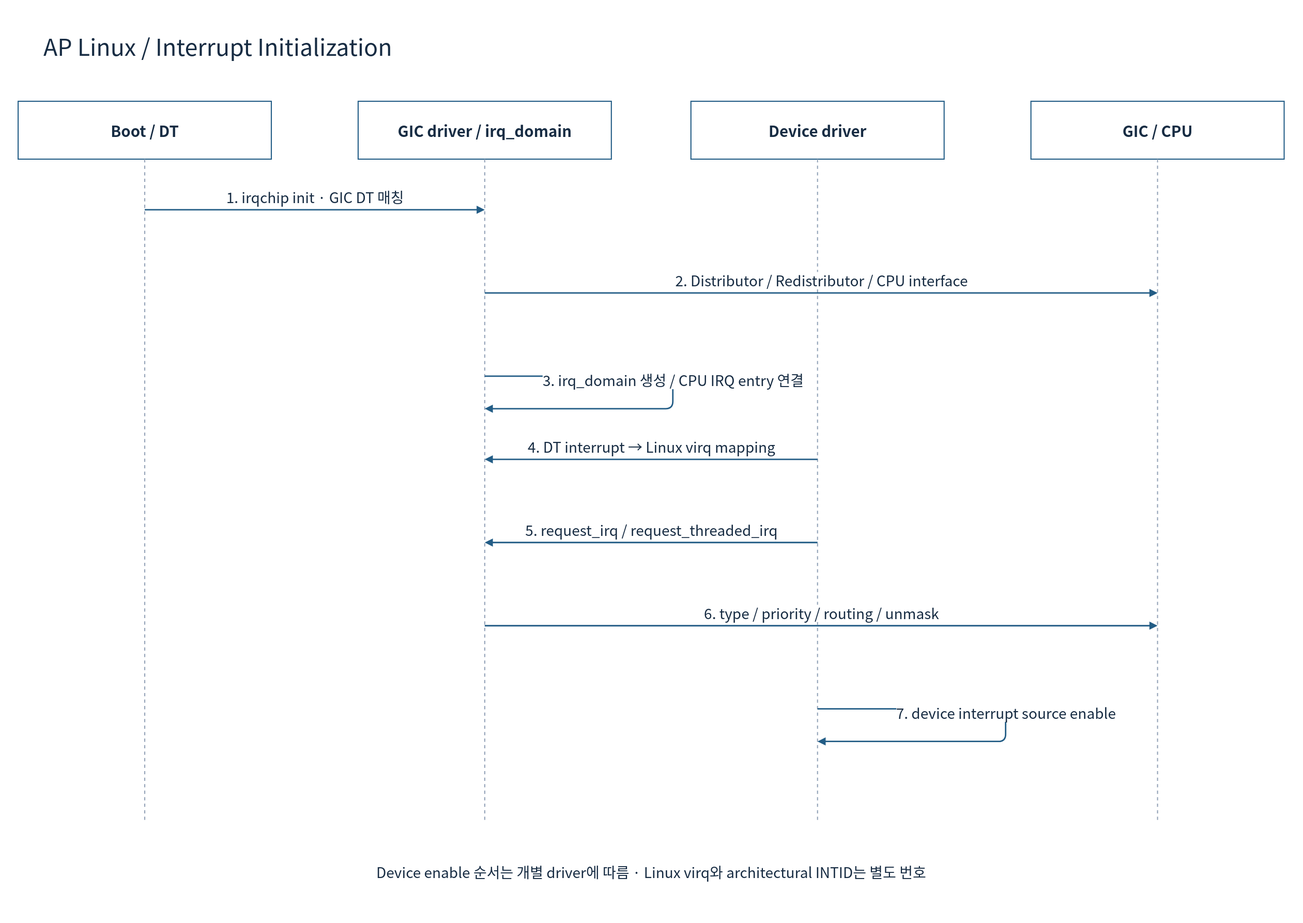
cometzero/project-apollo keeps this draw.io diagram as doc/phase1/interrupt/diagrams/09a-linux-init.drawio.svg. Above is the earlier version. Source tidied: cells renumbered, new cells last; positions are measured from the earlier drawing's top-left corner, leaving out a move shared by most shapes.
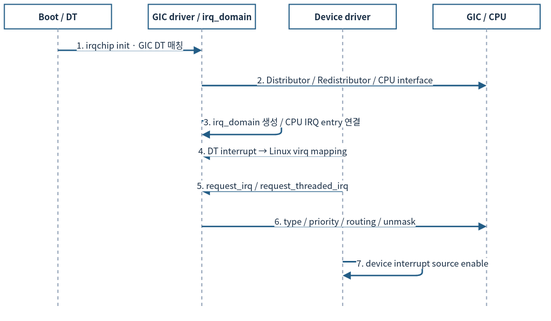
After the change.

The edit, as a diff of the source:
```diff
@@ -2,107 +2,98 @@
   <root>
     <mxCell id="0" />
     <mxCell id="1" parent="0" />
-    <mxCell id="2" style="rounded=0;whiteSpace=wrap;html=1;fillColor=#FFFFFF;strokeColor=none;strokeWidth=1.5;fontColor=#172C43;fontFamily=Noto Sans CJK KR;fontSize=22;spacing=10;" parent="1" vertex="1">
-      <mxGeometry width="1800" height="1275" as="geometry" />
-    </mxCell>
-    <mxCell id="3" value="AP Linux / Interrupt Initialization" style="rounded=0;whiteSpace=wrap;html=1;fillColor=#FFFFFF;strokeColor=none;strokeWidth=1.5;fontColor=#172C43;fontFamily=Noto Sans CJK KR;fontSize=22;spacing=10;fontSize=32;align=left;" parent="1" vertex="1">
-      <mxGeometry x="50" y="30" width="1700" height="65" as="geometry" />
-    </mxCell>
-    <mxCell id="4" value="Boot / DT" style="rounded=0;whiteSpace=wrap;html=1;fillColor=#FFFFFF;strokeColor=#235D86;strokeWidth=1.5;fontColor=#172C43;fontFamily=Noto Sans CJK KR;fontSize=22;spacing=10;fontStyle=1;fontSize=21;" parent="1" vertex="1">
-      <mxGeometry x="25" y="140" width="350" height="80" as="geometry" />
+    <mxCell id="4" value="Boot / DT" style="rounded=0;whiteSpace=wrap;html=1;fillColor=#FFFFFF;strokeColor=#235D86;strokeWidth=1.5;fontColor=#172C43;fontFamily=Noto Sans CJK KR;fontStyle=1;fontSize=12;spacing=3;whiteSpace=wrap;" parent="1" vertex="1">
+      <mxGeometry x="12" y="12" width="148" height="33.8" as="geometry" />
     </mxCell>
-    <mxCell id="5" style="endArrow=none;dashed=1;strokeColor=#94A3B8;strokeWidth=1.5;" parent="1" edge="1">
+    <mxCell id="5" style="endArrow=none;dashed=1;strokeColor=#94A3B8;strokeWidth=1.5;fontSize=12;spacing=3;whiteSpace=nowrap;" parent="1" edge="1">
       <mxGeometry relative="1" as="geometry">
-        <mxPoint x="200" y="220" as="sourcePoint" />
-        <mxPoint x="200" y="1135" as="targetPoint" />
+        <mxPoint x="86" y="45.8" as="sourcePoint" />
+        <mxPoint x="86" y="432.7" as="targetPoint" />
       </mxGeometry>
     </mxCell>
-    <mxCell id="6" value="GIC driver / irq_domain" style="rounded=0;whiteSpace=wrap;html=1;fillColor=#FFFFFF;strokeColor=#235D86;strokeWidth=1.5;fontColor=#172C43;fontFamily=Noto Sans CJK KR;fontSize=22;spacing=10;fontStyle=1;fontSize=21;" parent="1" vertex="1">
-      <mxGeometry x="495" y="140" width="350" height="80" as="geometry" />
+    <mxCell id="6" value="GIC driver / irq_domain" style="rounded=0;whiteSpace=wrap;html=1;fillColor=#FFFFFF;strokeColor=#235D86;strokeWidth=1.5;fontColor=#172C43;fontFamily=Noto Sans CJK KR;fontStyle=1;fontSize=12;spacing=3;whiteSpace=wrap;" parent="1" vertex="1">
+      <mxGeometry x="210.7" y="12" width="148" height="33.8" as="geometry" />
     </mxCell>
-    <mxCell id="7" style="endArrow=none;dashed=1;strokeColor=#94A3B8;strokeWidth=1.5;" parent="1" edge="1">
+    <mxCell id="7" style="endArrow=none;dashed=1;strokeColor=#94A3B8;strokeWidth=1.5;fontSize=12;spacing=3;whiteSpace=nowrap;" parent="1" edge="1">
       <mxGeometry relative="1" as="geometry">
-        <mxPoint x="670" y="220" as="sourcePoint" />
-        <mxPoint x="670" y="1135" as="targetPoint" />
+        <mxPoint x="284.7" y="45.8" as="sourcePoint" />
+        <mxPoint x="284.7" y="432.7" as="targetPoint" />
       </mxGeometry>
     </mxCell>
-    <mxCell id="8" value="Device driver" style="rounded=0;whiteSpace=wrap;html=1;fillColor=#FFFFFF;strokeColor=#235D86;strokeWidth=1.5;fontColor=#172C43;fontFamily=Noto Sans CJK KR;fontSize=22;spacing=10;fontStyle=1;fontSize=21;" parent="1" vertex="1">
-      <mxGeometry x="955" y="140" width="350" height="80" as="geometry" />
+    <mxCell id="8" value="Device driver" style="rounded=0;whiteSpace=wrap;html=1;fillColor=#FFFFFF;strokeColor=#235D86;strokeWidth=1.5;fontColor=#172C43;fontFamily=Noto Sans CJK KR;fontStyle=1;fontSize=12;spacing=3;whiteSpace=wrap;" parent="1" vertex="1">
+      <mxGeometry x="405.3" y="12" width="148" height="33.8" as="geometry" />
     </mxCell>
-    <mxCell id="9" style="endArrow=none;dashed=1;strokeColor=#94A3B8;strokeWidth=1.5;" parent="1" edge="1">
+    <mxCell id="9" style="endArrow=none;dashed=1;strokeColor=#94A3B8;strokeWidth=1.5;fontSize=12;spacing=3;whiteSpace=nowrap;" parent="1" edge="1">
       <mxGeometry relative="1" as="geometry">
-        <mxPoint x="1130" y="220" as="sourcePoint" />
-        <mxPoint x="1130" y="1135" as="targetPoint" />
+        <mxPoint x="479.3" y="45.8" as="sourcePoint" />
+        <mxPoint x="479.3" y="432.7" as="targetPoint" />
       </mxGeometry>
     </mxCell>
-    <mxCell id="10" value="GIC / CPU" style="rounded=0;whiteSpace=wrap;html=1;fillColor=#FFFFFF;strokeColor=#235D86;strokeWidth=1.5;fontColor=#172C43;fontFamily=Noto Sans CJK KR;fontSize=22;spacing=10;fontStyle=1;fontSize=21;" parent="1" vertex="1">
-      <mxGeometry x="1425" y="140" width="350" height="80" as="geometry" />
+    <mxCell id="10" value="GIC / CPU" style="rounded=0;whiteSpace=wrap;html=1;fillColor=#FFFFFF;strokeColor=#235D86;strokeWidth=1.5;fontColor=#172C43;fontFamily=Noto Sans CJK KR;fontStyle=1;fontSize=12;spacing=3;whiteSpace=wrap;" parent="1" vertex="1">
+      <mxGeometry x="604" y="12" width="148" height="33.8" as="geometry" />
     </mxCell>
-    <mxCell id="11" style="endArrow=none;dashed=1;strokeColor=#94A3B8;strokeWidth=1.5;" parent="1" edge="1">
+    <mxCell id="11" style="endArrow=none;dashed=1;strokeColor=#94A3B8;strokeWidth=1.5;fontSize=12;spacing=3;whiteSpace=nowrap;" parent="1" edge="1">
       <mxGeometry relative="1" as="geometry">
-        <mxPoint x="1600" y="220" as="sourcePoint" />
-        <mxPoint x="1600" y="1135" as="targetPoint" />
+        <mxPoint x="678" y="45.8" as="sourcePoint" />
+        <mxPoint x="678" y="432.7" as="targetPoint" />
       </mxGeometry>
     </mxCell>
-    <mxCell id="12" value="1. irqchip init · GIC DT 매칭" style="edgeStyle=none;html=1;endArrow=block;endFill=1;strokeColor=#235D86;strokeWidth=2;fontColor=#172C43;fontFamily=Noto Sans CJK KR;fontSize=20;labelBackgroundColor=#FFFFFF;" parent="1" edge="1">
+    <mxCell id="12" value="1. irqchip init · GIC DT 매칭" style="edgeStyle=none;html=1;endArrow=block;endFill=1;strokeColor=#235D86;strokeWidth=2;fontColor=#172C43;fontFamily=Noto Sans CJK KR;labelBackgroundColor=#FFFFFF;fontSize=12;spacing=3;whiteSpace=nowrap;" parent="1" edge="1">
       <mxGeometry relative="1" as="geometry">
-        <mxPoint x="200" y="290" as="sourcePoint" />
-        <mxPoint x="670" y="290" as="targetPoint" />
-        <mxPoint y="-18" as="offset" />
+        <mxPoint x="86" y="75.4" as="sourcePoint" />
+        <mxPoint x="284.7" y="75.4" as="targetPoint" />
+        <mxPoint y="-7.6" as="offset" />
       </mxGeometry>
     </mxCell>
-    <mxCell id="13" value="2. Distributor / Redistributor / CPU interface" style="edgeStyle=none;html=1;endArrow=block;endFill=1;strokeColor=#235D86;strokeWidth=2;fontColor=#172C43;fontFamily=Noto Sans CJK KR;fontSize=20;labelBackgroundColor=#FFFFFF;" parent="1" edge="1">
+    <mxCell id="13" value="2. Distributor / Redistributor / CPU interface" style="edgeStyle=none;html=1;endArrow=block;endFill=1;strokeColor=#235D86;strokeWidth=2;fontColor=#172C43;fontFamily=Noto Sans CJK KR;labelBackgroundColor=#FFFFFF;fontSize=12;spacing=3;whiteSpace=nowrap;" parent="1" edge="1">
       <mxGeometry relative="1" as="geometry">
-        <mxPoint x="670" y="405" as="sourcePoint" />
-        <mxPoint x="1600" y="405" as="targetPoint" />
-        <mxPoint y="-18" as="offset" />
+        <mxPoint x="284.7" y="124.1" as="sourcePoint" />
+        <mxPoint x="678" y="124.1" as="targetPoint" />
+        <mxPoint y="-7.6" as="offset" />
       </mxGeometry>
     </mxCell>
-    <mxCell id="14" value="3. irq_domain 생성 / CPU IRQ entry 연결" style="edgeStyle=none;html=1;endArrow=block;endFill=1;strokeColor=#235D86;strokeWidth=2;fontColor=#172C43;fontFamily=Noto Sans CJK KR;fontSize=20;labelBackgroundColor=#FFFFFF;" parent="1" edge="1">
+    <mxCell id="14" value="3. irq_domain 생성 / CPU IRQ entry 연결" style="edgeStyle=none;html=1;endArrow=block;endFill=1;strokeColor=#235D86;strokeWidth=2;fontColor=#172C43;fontFamily=Noto Sans CJK KR;labelBackgroundColor=#FFFFFF;fontSize=12;spacing=3;whiteSpace=nowrap;" parent="1" edge="1">
       <mxGeometry relative="1" as="geometry">
-        <mxPoint x="670" y="520" as="sourcePoint" />
-        <mxPoint x="670" y="565" as="targetPoint" />
+        <mxPoint x="284.7" y="172.7" as="sourcePoint" />
+        <mxPoint x="284.7" y="191.7" as="targetPoint" />
         <Array as="points">
-          <mxPoint x="930" y="520" />
-          <mxPoint x="930" y="565" />
+          <mxPoint x="394.7" y="172.7" />
+          <mxPoint x="394.7" y="191.7" />
         </Array>
-        <mxPoint y="-18" as="offset" />
+        <mxPoint y="-7.6" as="offset" />
       </mxGeometry>
     </mxCell>
-    <mxCell id="15" value="4. DT interrupt → Linux virq mapping" style="edgeStyle=none;html=1;endArrow=block;endFill=1;strokeColor=#235D86;strokeWidth=2;fontColor=#172C43;fontFamily=Noto Sans CJK KR;fontSize=20;labelBackgroundColor=#FFFFFF;" parent="1" edge="1">
+    <mxCell id="15" value="4. DT interrupt → Linux virq mapping" style="edgeStyle=none;html=1;endArrow=block;endFill=1;strokeColor=#235D86;strokeWidth=2;fontColor=#172C43;fontFamily=Noto Sans CJK KR;labelBackgroundColor=#FFFFFF;fontSize=12;spacing=3;whiteSpace=nowrap;" parent="1" edge="1">
       <mxGeometry relative="1" as="geometry">
-        <mxPoint x="1130" y="635" as="sourcePoint" />
-        <mxPoint x="670" y="635" as="targetPoint" />
-        <mxPoint y="-18" as="offset" />
+        <mxPoint x="479.3" y="221.3" as="sourcePoint" />
+        <mxPoint x="284.7" y="221.3" as="targetPoint" />
+        <mxPoint y="-7.6" as="offset" />
       </mxGeometry>
     </mxCell>
-    <mxCell id="16" value="5. request_irq / request_threaded_irq" style="edgeStyle=none;html=1;endArrow=block;endFill=1;strokeColor=#235D86;strokeWidth=2;fontColor=#172C43;fontFamily=Noto Sans CJK KR;fontSize=20;labelBackgroundColor=#FFFFFF;" parent="1" edge="1">
+    <mxCell id="16" value="5. request_irq / request_threaded_irq" style="edgeStyle=none;html=1;endArrow=block;endFill=1;strokeColor=#235D86;strokeWidth=2;fontColor=#172C43;fontFamily=Noto Sans CJK KR;labelBackgroundColor=#FFFFFF;fontSize=12;spacing=3;whiteSpace=nowrap;" parent="1" edge="1">
       <mxGeometry relative="1" as="geometry">
-        <mxPoint x="1130" y="750" as="sourcePoint" />
-        <mxPoint x="670" y="750" as="targetPoint" />
-        <mxPoint y="-18" as="offset" />
+        <mxPoint x="479.3" y="269.9" as="sourcePoint" />
+        <mxPoint x="284.7" y="269.9" as="targetPoint" />
+        <mxPoint y="-7.6" as="offset" />
       </mxGeometry>
     </mxCell>
-    <mxCell id="17" value="6. type / priority / routing / unmask" style="edgeStyle=none;html=1;endArrow=block;endFill=1;strokeColor=#235D86;strokeWidth=2;fontColor=#172C43;fontFamily=Noto Sans CJK KR;fontSize=20;labelBackgroundColor=#FFFFFF;" parent="1" edge="1">
+    <mxCell id="17" value="6. type / priority / routing / unmask" style="edgeStyle=none;html=1;endArrow=block;endFill=1;strokeColor=#235D86;strokeWidth=2;fontColor=#172C43;fontFamily=Noto Sans CJK KR;labelBackgroundColor=#FFFFFF;fontSize=12;spacing=3;whiteSpace=nowrap;" parent="1" edge="1">
       <mxGeometry relative="1" as="geometry">
-        <mxPoint x="670" y="865" as="sourcePoint" />
-        <mxPoint x="1600" y="865" as="targetPoint" />
-        <mxPoint y="-18" as="offset" />
+        <mxPoint x="284.7" y="318.6" as="sourcePoint" />
+        <mxPoint x="678" y="318.6" as="targetPoint" />
+        <mxPoint y="-7.6" as="offset" />
       </mxGeometry>
     </mxCell>
-    <mxCell id="18" value="7. device interrupt source enable" style="edgeStyle=none;html=1;endArrow=block;endFill=1;strokeColor=#235D86;strokeWidth=2;fontColor=#172C43;fontFamily=Noto Sans CJK KR;fontSize=20;labelBackgroundColor=#FFFFFF;" parent="1" edge="1">
+    <mxCell id="18" value="7. device interrupt source enable" style="edgeStyle=none;html=1;endArrow=block;endFill=1;strokeColor=#235D86;strokeWidth=2;fontColor=#172C43;fontFamily=Noto Sans CJK KR;labelBackgroundColor=#FFFFFF;fontSize=12;spacing=3;whiteSpace=nowrap;" parent="1" edge="1">
       <mxGeometry relative="1" as="geometry">
-        <mxPoint x="1130" y="980" as="sourcePoint" />
-        <mxPoint x="1130" y="1025" as="targetPoint" />
+        <mxPoint x="479.3" y="367.2" as="sourcePoint" />
+        <mxPoint x="479.3" y="386.2" as="targetPoint" />
         <Array as="points">
-          <mxPoint x="1390" y="980" />
-          <mxPoint x="1390" y="1025" />
+          <mxPoint x="589.2" y="367.2" />
+          <mxPoint x="589.2" y="386.2" />
         </Array>
-        <mxPoint y="-18" as="offset" />
+        <mxPoint y="-7.6" as="offset" />
       </mxGeometry>
     </mxCell>
-    <mxCell id="19" value="Device enable 순서는 개별 driver에 따름 · Linux virq와 architectural INTID는 별도 번호" style="rounded=0;whiteSpace=wrap;html=1;fillColor=#FFFFFF;strokeColor=none;strokeWidth=1.5;fontColor=#172C43;fontFamily=Noto Sans CJK KR;fontSize=22;spacing=10;fontSize=20;" parent="1" vertex="1">
-      <mxGeometry x="50" y="1175" width="1700" height="60" as="geometry" />
-    </mxCell>
   </root>
 </mxGraphModel>
```
